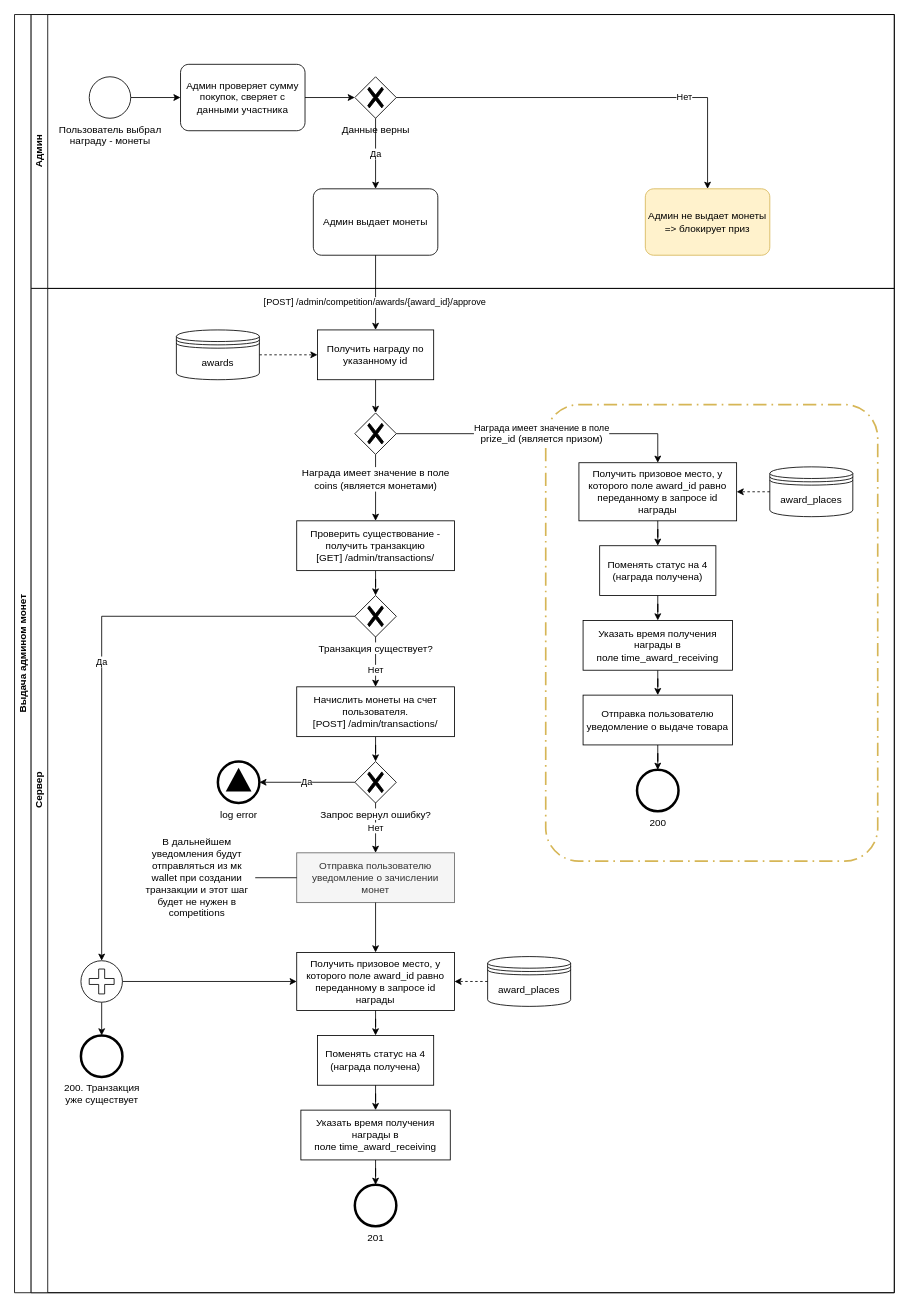
Before: page "Выдача админом монет" (4 of 4) of Награждение участников.drawio in aau8/draw.io, a draw.io diagram. Source tidied: cells renumbered, new cells numbered last; positions are measured from the earlier drawing's top-left corner, leaving out a move shared by most shapes. Both pictures are drawn from the tidied source at 83%, with x=0, y=0 at pixel (14, 14).
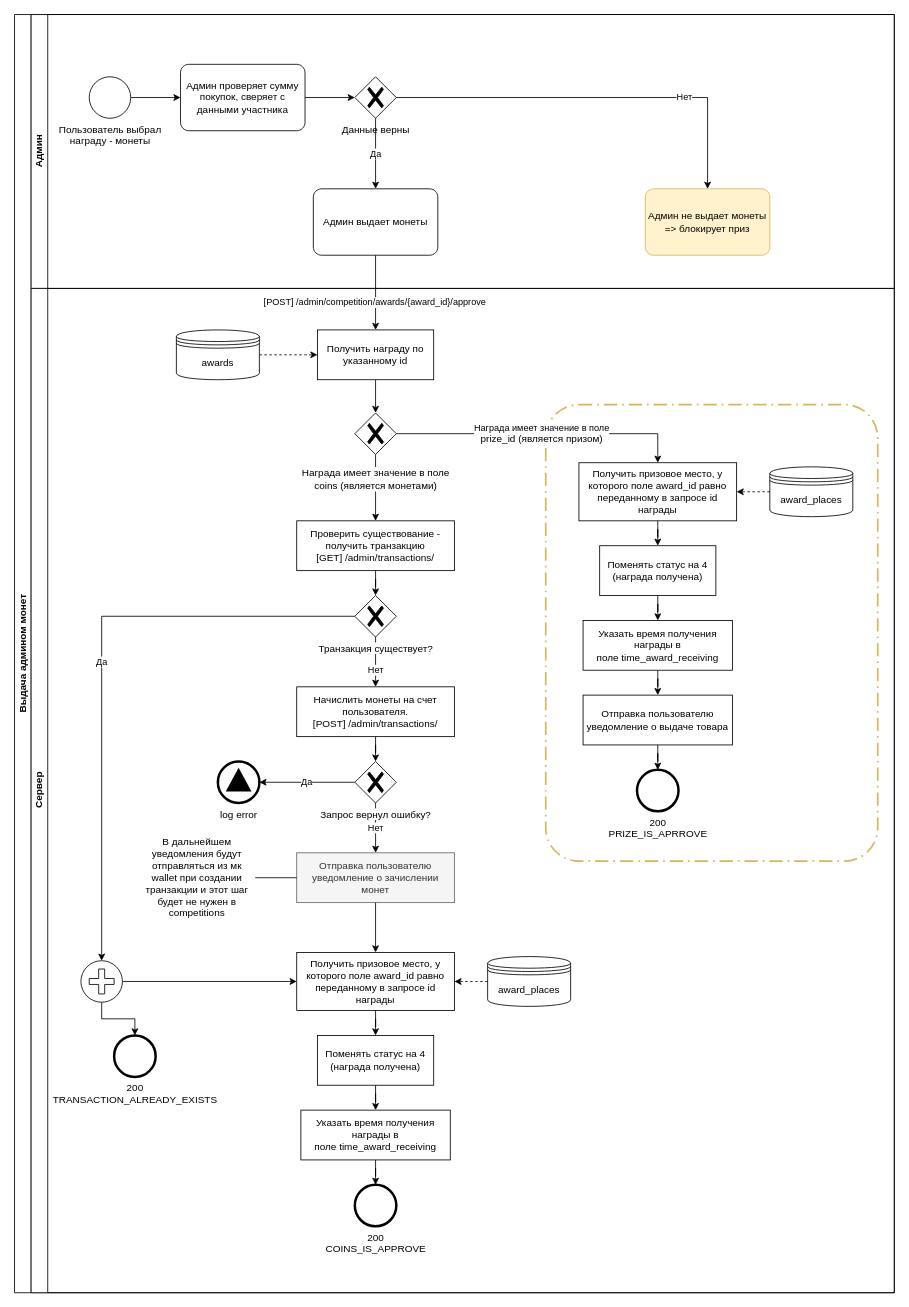
The same page after the edit.

The change refers to these unchanged cells:
```xml
<mxCell id="15" value="Сервер" style="swimlane;html=1;startSize=20;horizontal=0;" parent="2" vertex="1">
  <mxGeometry x="20" y="330" width="1040" height="1210" as="geometry" />
</mxCell>
```

Diff of the diagram source:
```diff
@@
-    <mxCell id="48" value="200. Транзакция&lt;br&gt;уже существует" style="points=[[0.145,0.145,0],[0.5,0,0],[0.855,0.145,0],[1,0.5,0],[0.855,0.855,0],[0.5,1,0],[0.145,0.855,0],[0,0.5,0]];shape=mxgraph.bpmn.event;html=1;verticalLabelPosition=bottom;labelBackgroundColor=#ffffff;verticalAlign=top;align=center;perimeter=ellipsePerimeter;outlineConnect=0;outline=end;symbol=terminate2;" parent="15" vertex="1">
-      <mxGeometry x="60" y="900" width="50" height="50" as="geometry" />
+    <mxCell id="48" value="200&lt;br&gt;TRANSACTION_ALREADY_EXISTS" style="points=[[0.145,0.145,0],[0.5,0,0],[0.855,0.145,0],[1,0.5,0],[0.855,0.855,0],[0.5,1,0],[0.145,0.855,0],[0,0.5,0]];shape=mxgraph.bpmn.event;html=1;verticalLabelPosition=bottom;labelBackgroundColor=#ffffff;verticalAlign=top;align=center;perimeter=ellipsePerimeter;outlineConnect=0;outline=end;symbol=terminate2;" parent="15" vertex="1">
+      <mxGeometry x="100" y="900" width="50" height="50" as="geometry" />
     </mxCell>
@@
-    <mxCell id="52" value="201" style="points=[[0.145,0.145,0],[0.5,0,0],[0.855,0.145,0],[1,0.5,0],[0.855,0.855,0],[0.5,1,0],[0.145,0.855,0],[0,0.5,0]];shape=mxgraph.bpmn.event;html=1;verticalLabelPosition=bottom;labelBackgroundColor=#ffffff;verticalAlign=top;align=center;perimeter=ellipsePerimeter;outlineConnect=0;outline=end;symbol=terminate2;" parent="15" vertex="1">
+    <mxCell id="52" value="200&lt;br&gt;COINS_IS_APPROVE" style="points=[[0.145,0.145,0],[0.5,0,0],[0.855,0.145,0],[1,0.5,0],[0.855,0.855,0],[0.5,1,0],[0.145,0.855,0],[0,0.5,0]];shape=mxgraph.bpmn.event;html=1;verticalLabelPosition=bottom;labelBackgroundColor=#ffffff;verticalAlign=top;align=center;perimeter=ellipsePerimeter;outlineConnect=0;outline=end;symbol=terminate2;" parent="15" vertex="1">
       <mxGeometry x="390" y="1080" width="50" height="50" as="geometry" />
     </mxCell>
@@
-    <mxCell id="61" value="200" style="points=[[0.145,0.145,0],[0.5,0,0],[0.855,0.145,0],[1,0.5,0],[0.855,0.855,0],[0.5,1,0],[0.145,0.855,0],[0,0.5,0]];shape=mxgraph.bpmn.event;html=1;verticalLabelPosition=bottom;labelBackgroundColor=#ffffff;verticalAlign=top;align=center;perimeter=ellipsePerimeter;outlineConnect=0;outline=end;symbol=terminate2;" parent="15" vertex="1">
+    <mxCell id="61" value="200&lt;br&gt;PRIZE_IS_APRROVE" style="points=[[0.145,0.145,0],[0.5,0,0],[0.855,0.145,0],[1,0.5,0],[0.855,0.855,0],[0.5,1,0],[0.145,0.855,0],[0,0.5,0]];shape=mxgraph.bpmn.event;html=1;verticalLabelPosition=bottom;labelBackgroundColor=#ffffff;verticalAlign=top;align=center;perimeter=ellipsePerimeter;outlineConnect=0;outline=end;symbol=terminate2;" parent="15" vertex="1">
       <mxGeometry x="730" y="580" width="50" height="50" as="geometry" />
     </mxCell>
```
